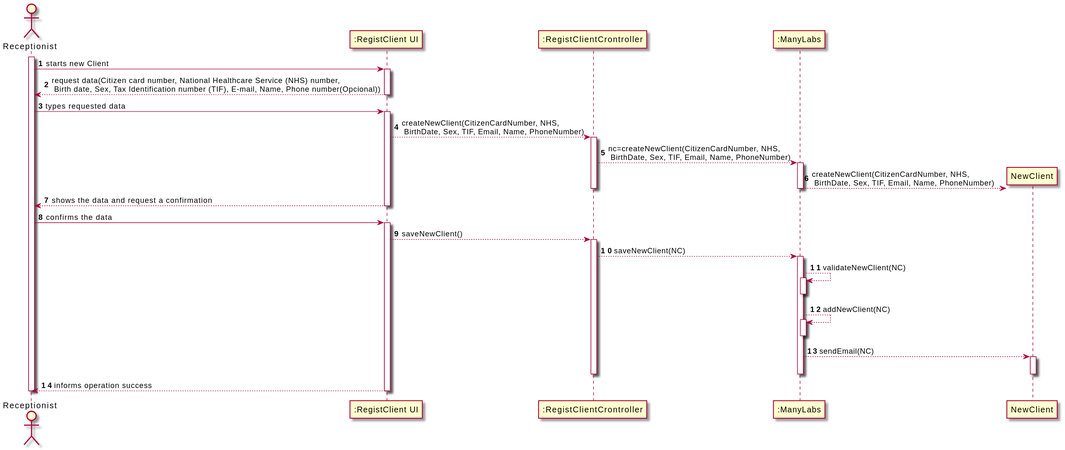
Pedromaia26/LAPR2-ISEP keeps this PlantUML diagram as docs/SprintB/US3_RegisterClient/US003_SD.svg. Above is the earlier version.
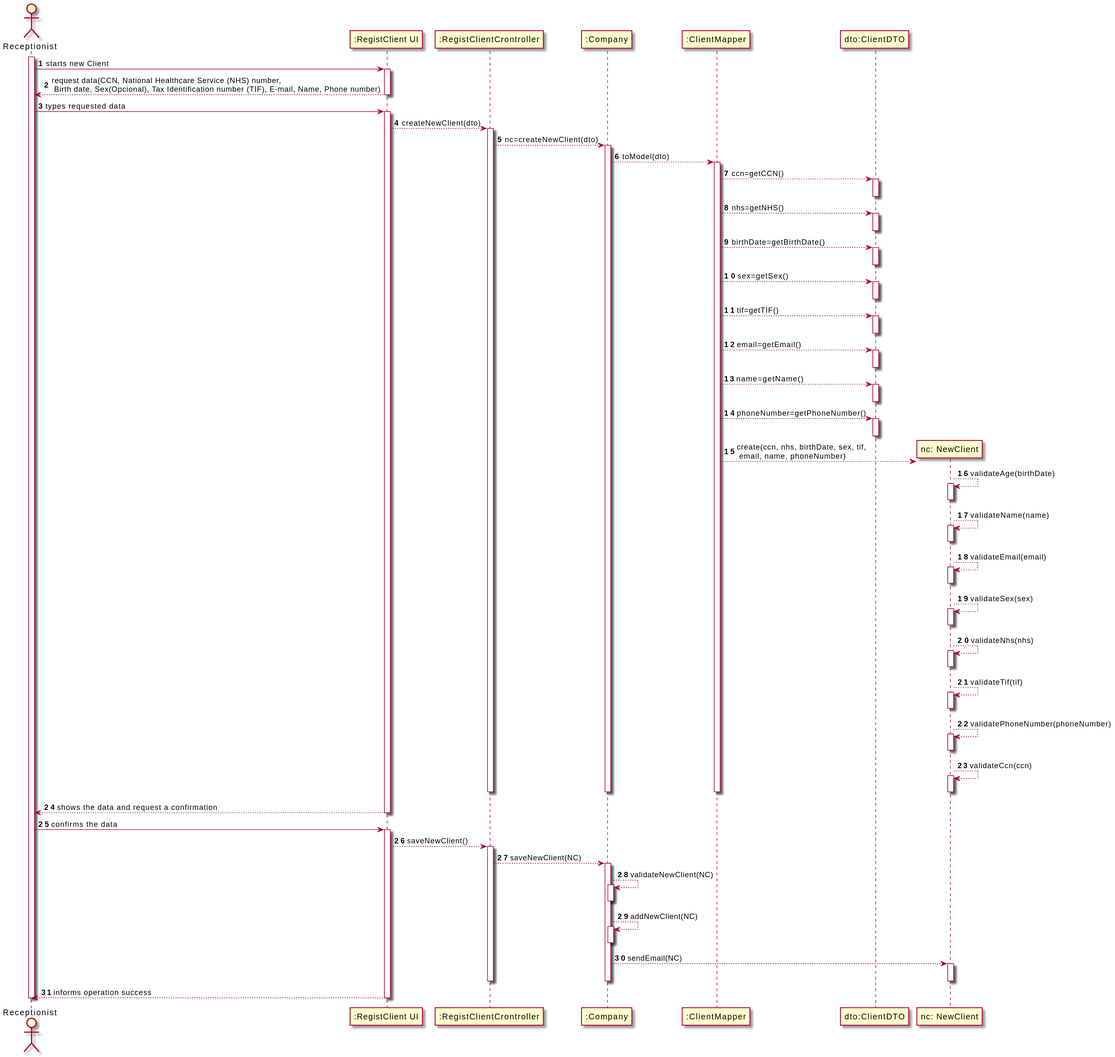
After the change.

Diff of the diagram source:
```diff
@@ -2,15 +2,16 @@
 actor Receptionist as Adm
 participant ":RegistClient UI" as System
 participant ":RegistClientCrontroller" as RCC
-participant ":ManyLabs" as ML
-
+participant ":Company" as ML
+participant ":ClientMapper" as cm
+participant "dto:ClientDTO" as cdto
 
 
 autonumber
 activate Adm
 Adm -> System: starts new Client
 activate System
-System --> Adm: request data(Citizen card number, National Healthcare Service (NHS) number,\n Birth date, Sex, Tax Identification number (TIF), E-mail, Name, Phone number(Opcional))
+System --> Adm: request data(CCN, National Healthcare Service (NHS) number,\n Birth date, Sex(Opcional), Tax Identification number (TIF), E-mail, Name, Phone number)
 deactivate System
 
 
@@ -18,14 +19,72 @@
 
 Adm -> System: types requested data
 activate System
-System-->RCC: createNewClient(CitizenCardNumber, NHS,\n BirthDate, Sex, TIF, Email, Name, PhoneNumber)
+System-->RCC: createNewClient(dto)
 activate RCC
-RCC-->ML: nc=createNewClient(CitizenCardNumber, NHS,\n BirthDate, Sex, TIF, Email, Name, PhoneNumber)
+RCC-->ML: nc=createNewClient(dto)
 activate ML
-create "NewClient" as NC
-ML-->NC: createNewClient(CitizenCardNumber, NHS,\n BirthDate, Sex, TIF, Email, Name, PhoneNumber)
+
+
+ML-->cm: toModel(dto)
+activate cm
+cm-->cdto: ccn=getCCN()
+activate cdto
+deactivate cdto
+cm-->cdto: nhs=getNHS()
+activate cdto
+deactivate cdto
+cm-->cdto: birthDate=getBirthDate()
+activate cdto
+deactivate cdto
+cm-->cdto: sex=getSex()
+activate cdto
+deactivate cdto
+cm-->cdto: tif=getTIF()
+activate cdto
+deactivate cdto
+cm-->cdto: email=getEmail()
+activate cdto
+deactivate cdto
+cm-->cdto: name=getName()
+activate cdto
+deactivate cdto
+cm-->cdto: phoneNumber=getPhoneNumber()
+activate cdto
+deactivate cdto
+
+
+create "nc: NewClient" as NC
+cm-->NC:  create(ccn, nhs, birthDate, sex, tif,\n email, name, phoneNumber)
+NC-->NC: validateAge(birthDate)
+activate NC
+deactivate NC
+NC-->NC: validateName(name)
+activate NC
+deactivate NC
+NC-->NC: validateEmail(email)
+activate NC
+deactivate NC
+NC-->NC: validateSex(sex)
+activate NC
+deactivate NC
+NC-->NC: validateNhs(nhs)
+activate NC
+deactivate NC
+NC-->NC: validateTif(tif)
+activate NC
+deactivate NC
+NC-->NC: validatePhoneNumber(phoneNumber)
+activate NC
+deactivate NC
+NC-->NC: validateCcn(ccn)
+activate NC
+deactivate NC
+
+
+
 deactivate ML
 deactivate RCC
+deactivate cm
 System --> Adm: shows the data and request a confirmation
 deactivate System
 
```
